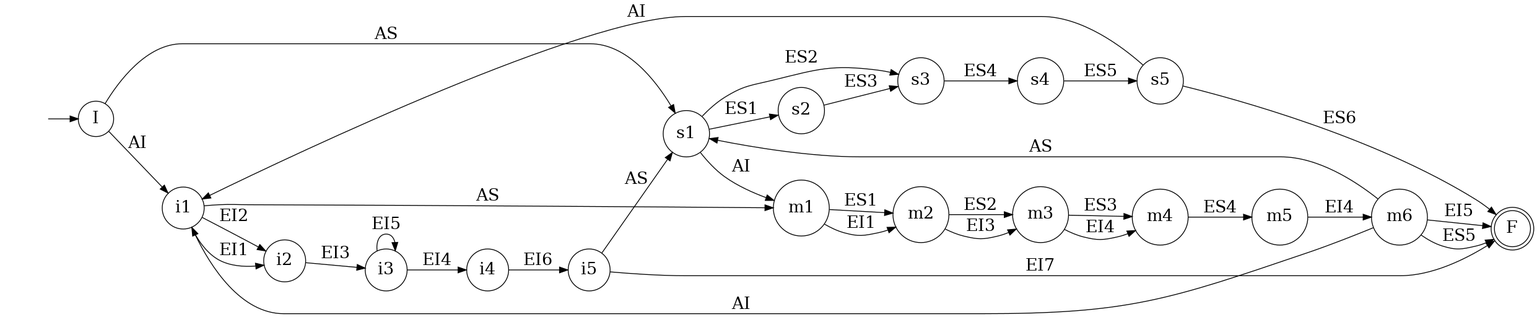
Earlier version of the Graphviz export checador-rotina-exercicios.gv.png (LucasKendy/projeto-pratico-lfa). Its source is kept beside it as checador-rotina-exercicios.gv.
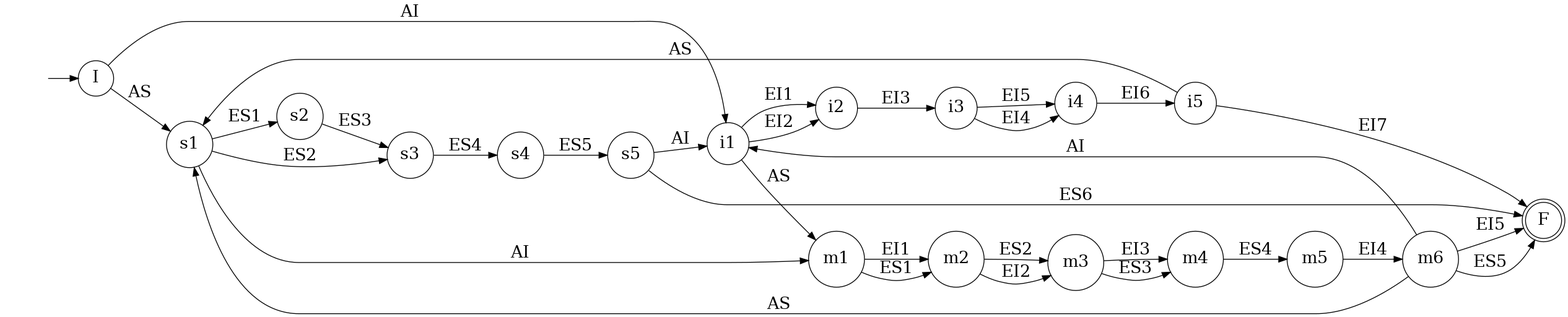
The same diagram one commit later.

Change to the diagram source:
```diff
@@ -4,23 +4,23 @@
 	edge [fontsize="20pt"]
 	"" [label="" shape=plaintext]
 	F [label=F shape=doublecircle]
+	s2 [label=s2 shape=circle]
+	s1 [label=s1 shape=circle]
+	m5 [label=m5 shape=circle]
+	I [label=I shape=circle]
+	i2 [label=i2 shape=circle]
+	i5 [label=i5 shape=circle]
+	m3 [label=m3 shape=circle]
+	i4 [label=i4 shape=circle]
+	m2 [label=m2 shape=circle]
+	s4 [label=s4 shape=circle]
+	s3 [label=s3 shape=circle]
+	m4 [label=m4 shape=circle]
+	i1 [label=i1 shape=circle]
+	i3 [label=i3 shape=circle]
+	s5 [label=s5 shape=circle]
+	m1 [label=m1 shape=circle]
 	m6 [label=m6 shape=circle]
-	m2 [label=m2 shape=circle]
-	m4 [label=m4 shape=circle]
-	m5 [label=m5 shape=circle]
-	s5 [label=s5 shape=circle]
-	s2 [label=s2 shape=circle]
-	i5 [label=i5 shape=circle]
-	s4 [label=s4 shape=circle]
-	i4 [label=i4 shape=circle]
-	i1 [label=i1 shape=circle]
-	s3 [label=s3 shape=circle]
-	s1 [label=s1 shape=circle]
-	i3 [label=i3 shape=circle]
-	m3 [label=m3 shape=circle]
-	i2 [label=i2 shape=circle]
-	I [label=I shape=circle]
-	m1 [label=m1 shape=circle]
 	"" -> I [label=""]
 	I -> s1 [label=AS]
 	I -> i1 [label=AI]
@@ -37,16 +37,16 @@
 	i1 -> m1 [label=AS]
 	i2 -> i3 [label=EI3]
 	i3 -> i4 [label=EI4]
-	i3 -> i3 [label=EI5]
+	i3 -> i4 [label=EI5]
 	i4 -> i5 [label=EI6]
 	i5 -> F [label=EI7]
 	i5 -> s1 [label=AS]
 	m1 -> m2 [label=ES1]
 	m1 -> m2 [label=EI1]
 	m2 -> m3 [label=ES2]
-	m2 -> m3 [label=EI3]
+	m2 -> m3 [label=EI2]
 	m3 -> m4 [label=ES3]
-	m3 -> m4 [label=EI4]
+	m3 -> m4 [label=EI3]
 	m4 -> m5 [label=ES4]
 	m5 -> m6 [label=EI4]
 	m6 -> F [label=ES5]
```
